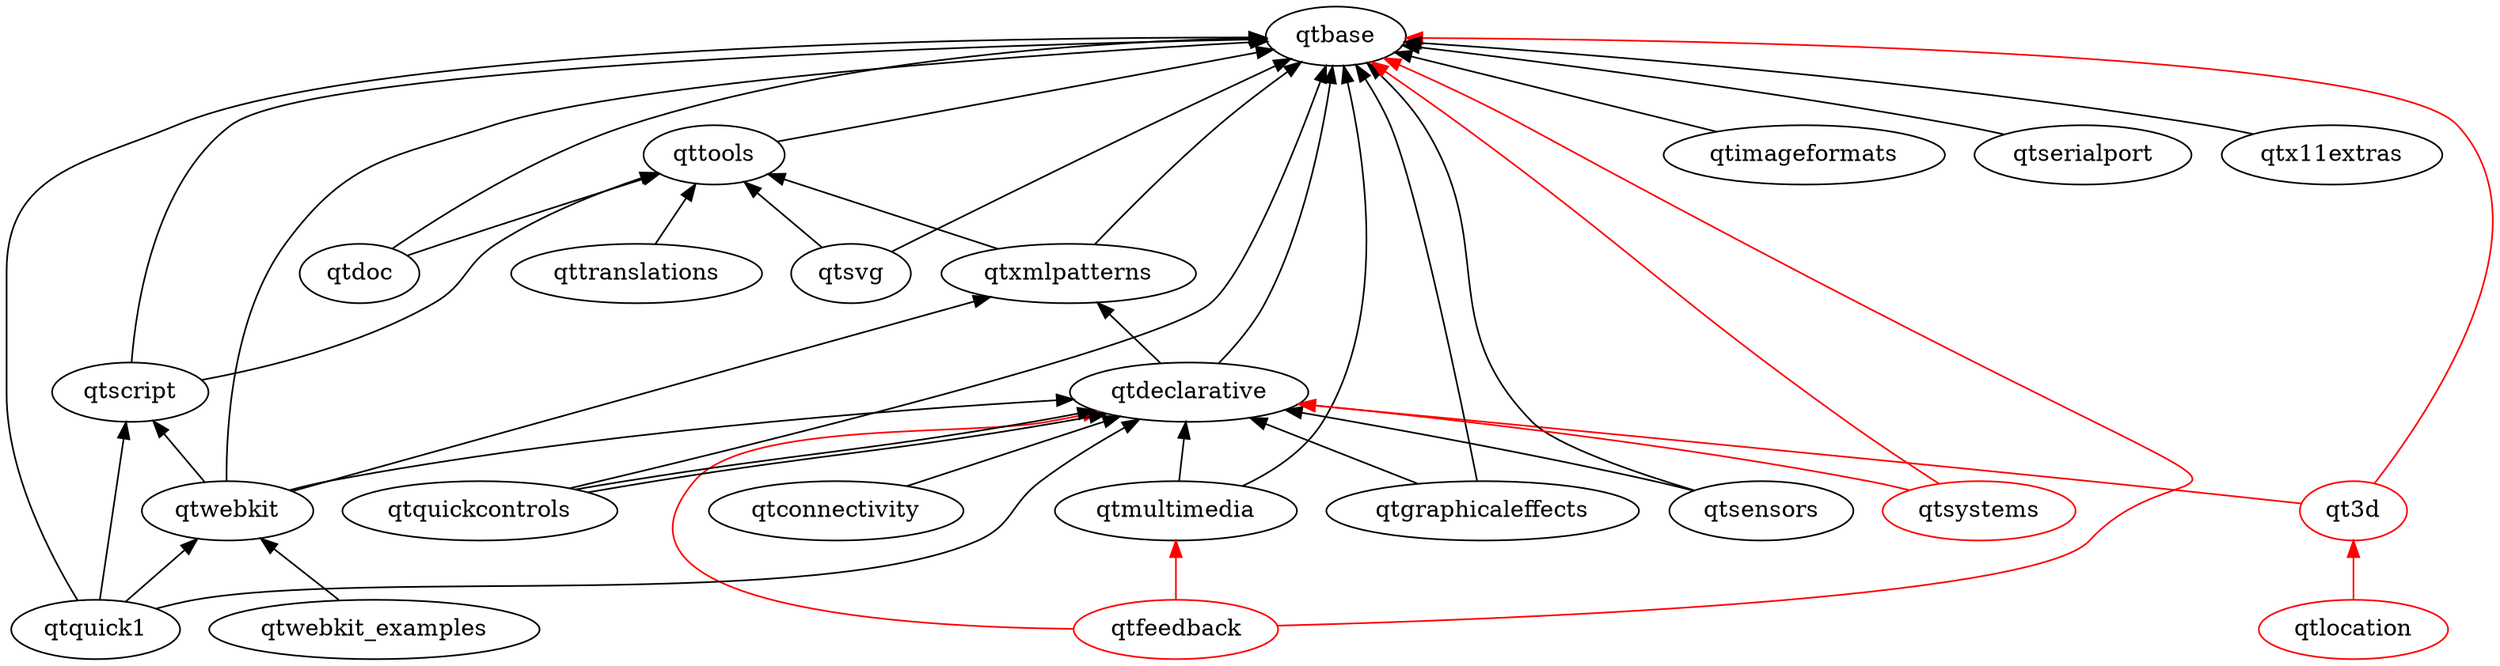
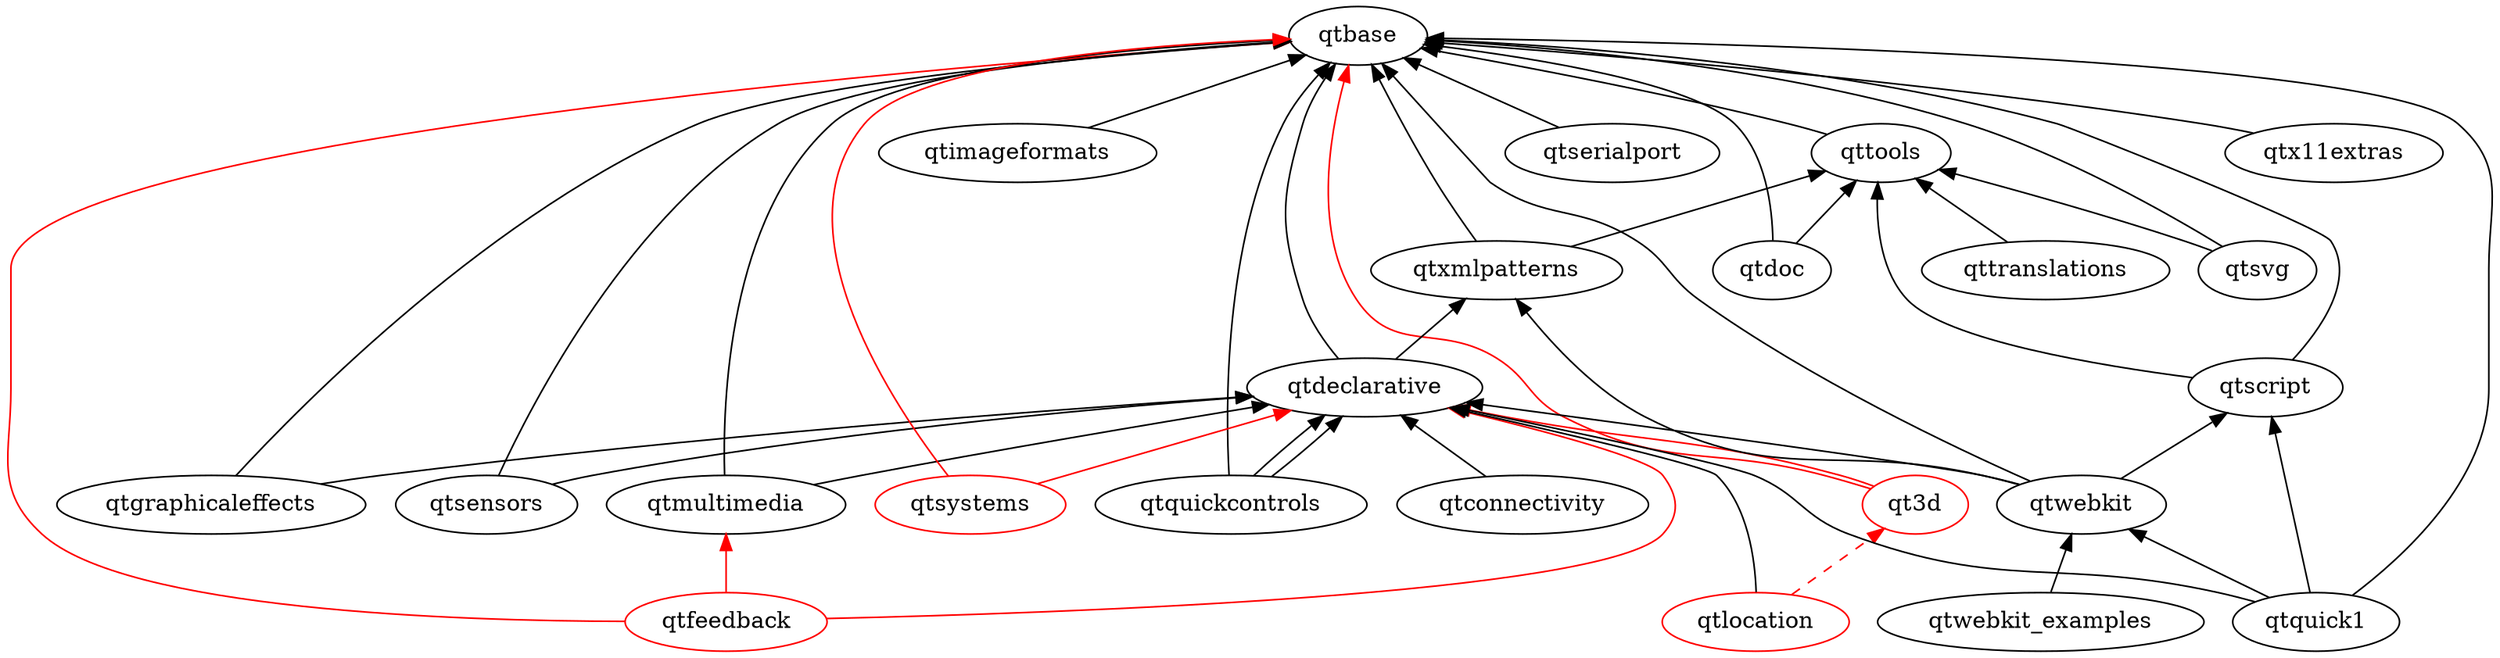
digraph qt5 {
  graph [
    rankdir = "BT"
  ]

  qt3d [ color = red ]
  qtbase
  qtconnectivity
  qtdeclarative
  qtdoc
  qtfeedback [ color = red ]
  qtgraphicaleffects
  qtimageformats
  qtlocation [color = red]
  qtmultimedia
  qtquick1
  qtquickcontrols
  qtscript
  qtsensors
  qtserialport
  qtsvg
  qtsystems [ color = red ]
  qttools
  qttranslations
  qtwebkit
  qtwebkit_examples
  qtx11extras
  qtxmlpatterns

  qtconnectivity -> qtdeclarative
  qtdeclarative -> qtbase
  qtdeclarative -> qtxmlpatterns
  qtdoc -> qtbase
  qtdoc -> qttools
  qtgraphicaleffects -> qtbase
  qtgraphicaleffects -> qtdeclarative
  qtimageformats -> qtbase
  qtmultimedia -> qtbase
  qtmultimedia -> qtdeclarative
  qtquick1 -> qtbase
  qtquick1 -> qtdeclarative
  qtquick1 -> qtscript
  qtquick1 -> qtwebkit
  qtquickcontrols -> qtbase
  qtquickcontrols -> qtdeclarative
  qtquickcontrols -> qtdeclarative
  qtsensors -> qtbase
  qtsensors -> qtdeclarative
  qtserialport -> qtbase
  qtscript -> qtbase
  qtscript -> qttools
  qtsvg -> qtbase
  qtsvg -> qttools
  qttools -> qtbase
  qttranslations -> qttools
  qtwebkit -> qtbase
  qtwebkit -> qtdeclarative
  qtwebkit -> qtscript
  qtwebkit -> qtxmlpatterns
  qtwebkit_examples -> qtwebkit
  qtx11extras -> qtbase
  qtxmlpatterns -> qtbase
  qtxmlpatterns -> qttools

  // unsure/not-uploaded
  qt3d -> qtbase [ color = red ]
  qt3d -> qtdeclarative [ color = red ]
  qtfeedback -> qtbase [ color = red ]
  qtfeedback -> qtdeclarative [ color = red ]
  qtfeedback -> qtmultimedia [ color = red ]
-   qtlocation -> qt3d [color = red]
+   qtlocation -> qt3d [color = red style = dashed]
+   qtlocation -> qtdeclarative
  qtsystems -> qtbase [ color = red ]
  qtsystems -> qtdeclarative [ color = red ]
}
